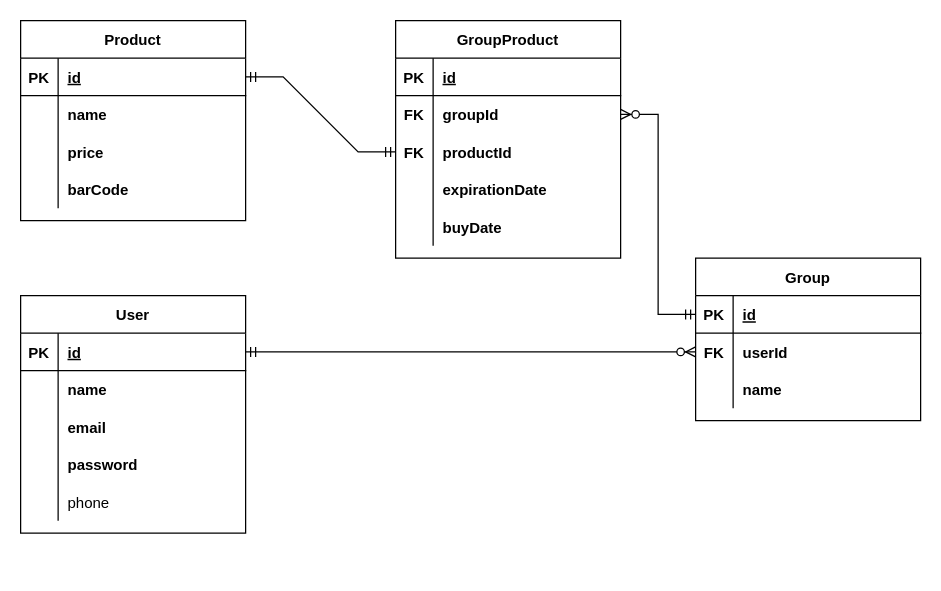
Earlier version of the draw.io diagram docs/diagrams/entity-relationship.drawio (Danilo4lves/pantry.api). Source tidied: cells renumbered, new cells numbered last; positions are measured from the earlier drawing's top-left corner, leaving out a move shared by most shapes. Both pictures are drawn from the tidied source at 125%, with x=0, y=0 at pixel (20, 20).
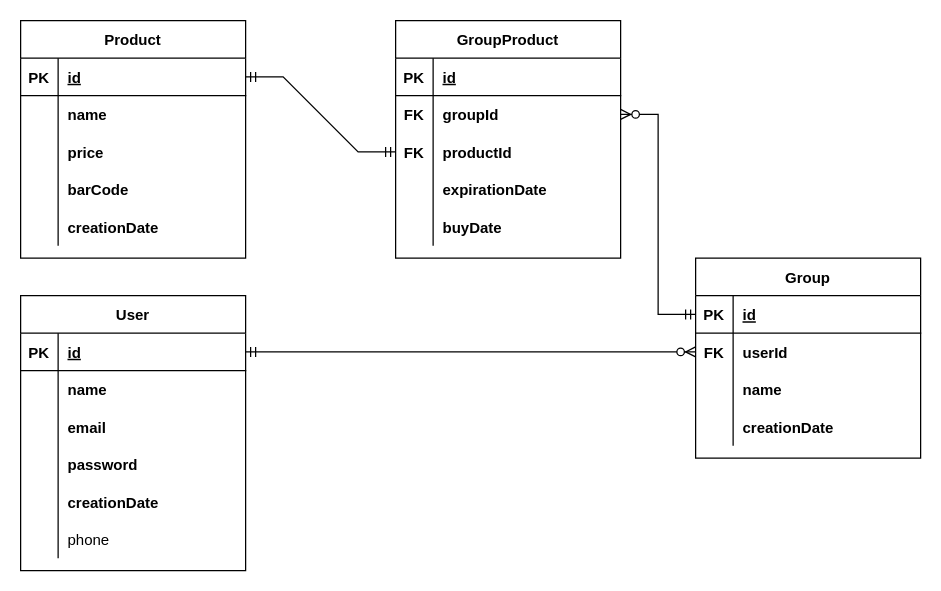
After the change.

Commit message:
task(docs): Updates entity relationship diagram

Change to the diagram source:
```diff
@@
     <mxCell id="2" value="Product" style="shape=table;startSize=30;childLayout=tableLayout;rowLines=0;fontStyle=1;align=center;" parent="1" vertex="1">
-      <mxGeometry width="180" height="160" as="geometry" />
+      <mxGeometry width="180" height="190" as="geometry" />
     </mxCell>
@@
+    <mxCell id="60" style="shape=tableRow;horizontal=0;startSize=0;swimlaneHead=0;swimlaneBody=0;fillColor=none;top=0;left=0;right=0;bottom=0;" parent="2" vertex="1">
+      <mxGeometry y="150" width="180" height="30" as="geometry" />
+    </mxCell>
+    <mxCell id="61" style="shape=partialRectangle;fillColor=none;top=0;left=0;bottom=0;right=0;overflow=hidden;" parent="60" vertex="1">
+      <mxGeometry width="30" height="30" as="geometry" />
+    </mxCell>
+    <mxCell id="62" value="creationDate" style="shape=partialRectangle;fillColor=none;top=0;left=0;bottom=0;right=0;align=left;spacingLeft=6;overflow=hidden;fontStyle=1;" parent="60" vertex="1">
+      <mxGeometry x="30" width="150" height="30" as="geometry" />
+    </mxCell>
@@
     <mxCell id="31" value="Group" style="shape=table;startSize=30;childLayout=tableLayout;rowLines=0;fontStyle=1;align=center;" parent="1" vertex="1">
-      <mxGeometry x="540" y="190" width="180" height="130" as="geometry" />
+      <mxGeometry x="540" y="190" width="180" height="160" as="geometry" />
     </mxCell>
@@
+    <mxCell id="63" style="shape=tableRow;horizontal=0;startSize=0;swimlaneHead=0;swimlaneBody=0;fillColor=none;top=0;left=0;right=0;bottom=0;" parent="31" vertex="1">
+      <mxGeometry y="90" width="180" height="30" as="geometry" />
+    </mxCell>
+    <mxCell id="64" style="shape=partialRectangle;fillColor=none;top=0;left=0;bottom=0;right=0;overflow=hidden;" parent="63" vertex="1">
+      <mxGeometry width="30" height="30" as="geometry" />
+    </mxCell>
+    <mxCell id="65" value="name" style="shape=partialRectangle;fillColor=none;top=0;left=0;bottom=0;right=0;align=left;spacingLeft=6;overflow=hidden;fontStyle=1;" parent="63" vertex="1">
+      <mxGeometry x="30" width="150" height="30" as="geometry" />
+    </mxCell>
     <mxCell id="38" style="shape=tableRow;horizontal=0;startSize=0;swimlaneHead=0;swimlaneBody=0;fillColor=none;top=0;left=0;right=0;bottom=0;" parent="31" vertex="1">
-      <mxGeometry y="90" width="180" height="30" as="geometry" />
+      <mxGeometry y="120" width="180" height="30" as="geometry" />
     </mxCell>
@@
-    <mxCell id="40" value="name" style="shape=partialRectangle;fillColor=none;top=0;left=0;bottom=0;right=0;align=left;spacingLeft=6;overflow=hidden;fontStyle=1;" parent="38" vertex="1">
+    <mxCell id="40" value="creationDate" style="shape=partialRectangle;fillColor=none;top=0;left=0;bottom=0;right=0;align=left;spacingLeft=6;overflow=hidden;fontStyle=1;" parent="38" vertex="1">
       <mxGeometry x="30" width="150" height="30" as="geometry" />
     </mxCell>
     <mxCell id="41" value="User" style="shape=table;startSize=30;childLayout=tableLayout;rowLines=0;fontStyle=1;align=center;" parent="1" vertex="1">
-      <mxGeometry y="220" width="180" height="190" as="geometry" />
+      <mxGeometry y="220" width="180" height="220" as="geometry" />
     </mxCell>
@@
+    <mxCell id="66" style="shape=tableRow;horizontal=0;startSize=0;swimlaneHead=0;swimlaneBody=0;fillColor=none;top=0;left=0;right=0;bottom=0;" parent="41" vertex="1">
+      <mxGeometry y="150" width="180" height="30" as="geometry" />
+    </mxCell>
+    <mxCell id="67" style="shape=partialRectangle;fillColor=none;top=0;left=0;bottom=0;right=0;overflow=hidden;" parent="66" vertex="1">
+      <mxGeometry width="30" height="30" as="geometry" />
+    </mxCell>
+    <mxCell id="68" value="creationDate" style="shape=partialRectangle;fillColor=none;top=0;left=0;bottom=0;right=0;align=left;spacingLeft=6;overflow=hidden;fontStyle=1;" parent="66" vertex="1">
+      <mxGeometry x="30" width="150" height="30" as="geometry" />
+    </mxCell>
     <mxCell id="54" style="shape=tableRow;horizontal=0;startSize=0;swimlaneHead=0;swimlaneBody=0;fillColor=none;top=0;left=0;right=0;bottom=0;" parent="41" vertex="1">
-      <mxGeometry y="150" width="180" height="30" as="geometry" />
+      <mxGeometry y="180" width="180" height="30" as="geometry" />
     </mxCell>
```
